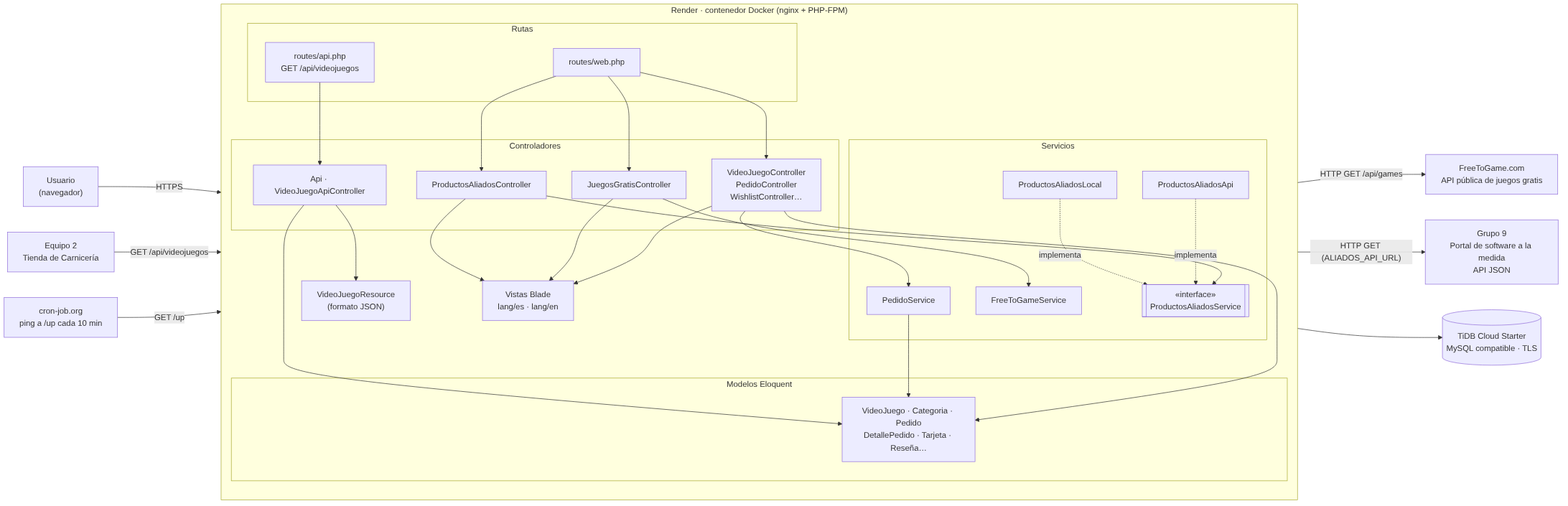
The Mermaid diagram docs/diagramas/arquitectura.png in Juanes420/Proyecto_Arquitectura_de_Software, before a commit. Its source is kept beside it as docs/diagramas/arquitectura.mmd. Source of this version:
```mermaid
flowchart LR
    U["Usuario<br/>(navegador)"]
    E2["Equipo 2<br/>Tienda de Carnicería"]
    G9["Grupo 9<br/>Portal de software a la medida<br/>API JSON"]
    FTG["FreeToGame.com<br/>API pública de juegos gratis"]
    CRON["cron-job.org<br/>ping a /up cada 10 min"]

    subgraph RENDER["Render · contenedor Docker (nginx + PHP-FPM)"]
        direction TB
        subgraph RUTAS["Rutas"]
            WEB["routes/web.php"]
            API["routes/api.php<br/>GET /api/videojuegos"]
        end
        subgraph CTRL["Controladores"]
            C1["VideoJuegoController<br/>PedidoController<br/>WishlistController…"]
            C2["Api · VideoJuegoApiController"]
            C3["JuegosGratisController"]
            C4["ProductosAliadosController"]
        end
        subgraph SERV["Servicios"]
            S1["PedidoService"]
            S2["FreeToGameService"]
            I1[["«interface»<br/>ProductosAliadosService"]]
            S3["ProductosAliadosApi"]
            S4["ProductosAliadosLocal"]
        end
        subgraph MOD["Modelos Eloquent"]
            M["VideoJuego · Categoria · Pedido<br/>DetallePedido · Tarjeta · Reseña…"]
        end
        R["VideoJuegoResource<br/>(formato JSON)"]
        V["Vistas Blade<br/>lang/es · lang/en"]
    end

    DB[("TiDB Cloud Starter<br/>MySQL compatible · TLS")]

    U -- HTTPS --> WEB
    E2 -- "GET /api/videojuegos" --> API
    CRON -- "GET /up" --> RENDER
    WEB --> C1 & C3 & C4
    API --> C2
    C1 --> S1
    C1 --> M
    S1 --> M
    C2 --> M
    C2 --> R
    C3 --> S2
    C4 --> I1
    S3 -. implementa .-> I1
    S4 -. implementa .-> I1
    S2 -- "HTTP GET /api/games" --> FTG
    S3 -- "HTTP GET (ALIADOS_API_URL)" --> G9
    M --> DB
    C1 & C3 & C4 --> V
```
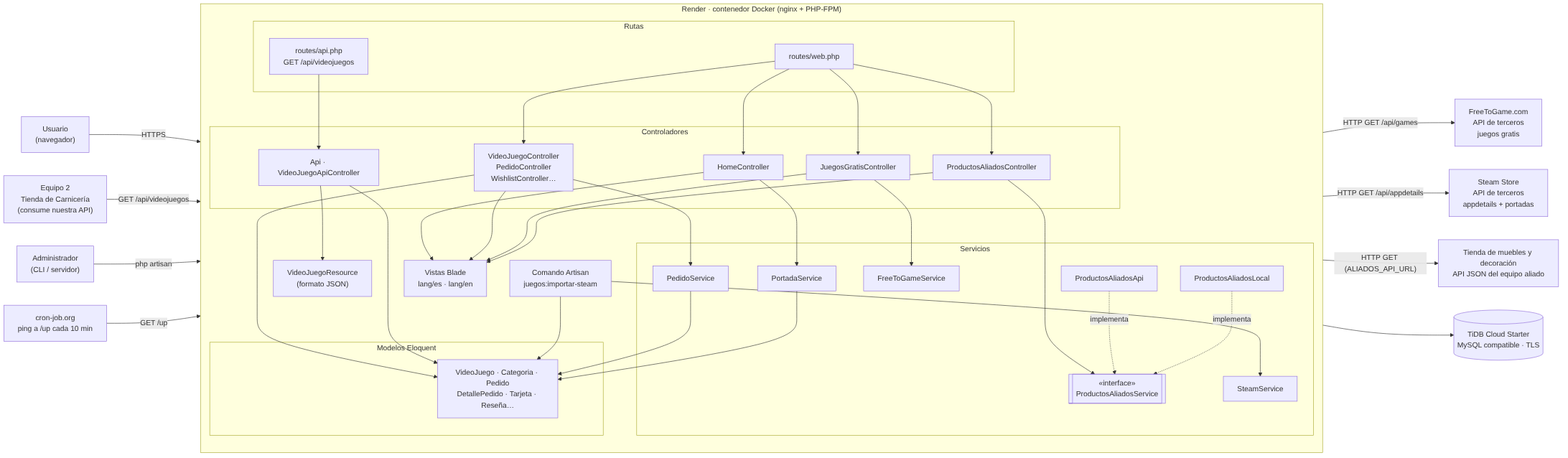
Above is the later version.

Commit message:
docs: actualizar diagrama de arquitectura con steam y servicios

The edit, as a diff of the source:
```diff
@@ -1,8 +1,10 @@
 flowchart LR
     U["Usuario<br/>(navegador)"]
-    E2["Equipo 2<br/>Tienda de Carnicería"]
-    G9["Grupo 9<br/>Portal de software a la medida<br/>API JSON"]
-    FTG["FreeToGame.com<br/>API pública de juegos gratis"]
+    ADM["Administrador<br/>(CLI / servidor)"]
+    E2["Equipo 2<br/>Tienda de Carnicería<br/>(consume nuestra API)"]
+    ALI["Tienda de muebles y decoración<br/>API JSON del equipo aliado"]
+    FTG["FreeToGame.com<br/>API de terceros<br/>juegos gratis"]
+    STEAM["Steam Store<br/>API de terceros<br/>appdetails + portadas"]
     CRON["cron-job.org<br/>ping a /up cada 10 min"]
 
     subgraph RENDER["Render · contenedor Docker (nginx + PHP-FPM)"]
@@ -12,14 +14,18 @@
             API["routes/api.php<br/>GET /api/videojuegos"]
         end
         subgraph CTRL["Controladores"]
+            C0["HomeController"]
             C1["VideoJuegoController<br/>PedidoController<br/>WishlistController…"]
             C2["Api · VideoJuegoApiController"]
             C3["JuegosGratisController"]
             C4["ProductosAliadosController"]
         end
+        CMD["Comando Artisan<br/>juegos:importar-steam"]
         subgraph SERV["Servicios"]
             S1["PedidoService"]
             S2["FreeToGameService"]
+            S5["SteamService"]
+            S6["PortadaService"]
             I1[["«interface»<br/>ProductosAliadosService"]]
             S3["ProductosAliadosApi"]
             S4["ProductosAliadosLocal"]
@@ -36,18 +42,24 @@
     U -- HTTPS --> WEB
     E2 -- "GET /api/videojuegos" --> API
     CRON -- "GET /up" --> RENDER
-    WEB --> C1 & C3 & C4
+    ADM -- "php artisan" --> CMD
+    WEB --> C0 & C1 & C3 & C4
     API --> C2
+    C0 --> S6
     C1 --> S1
     C1 --> M
     S1 --> M
+    S6 --> M
     C2 --> M
     C2 --> R
     C3 --> S2
     C4 --> I1
+    CMD --> S5
+    CMD --> M
     S3 -. implementa .-> I1
     S4 -. implementa .-> I1
     S2 -- "HTTP GET /api/games" --> FTG
-    S3 -- "HTTP GET (ALIADOS_API_URL)" --> G9
+    S5 -- "HTTP GET /api/appdetails" --> STEAM
+    S3 -- "HTTP GET (ALIADOS_API_URL)" --> ALI
     M --> DB
-    C1 & C3 & C4 --> V
+    C0 & C1 & C3 & C4 --> V
```
